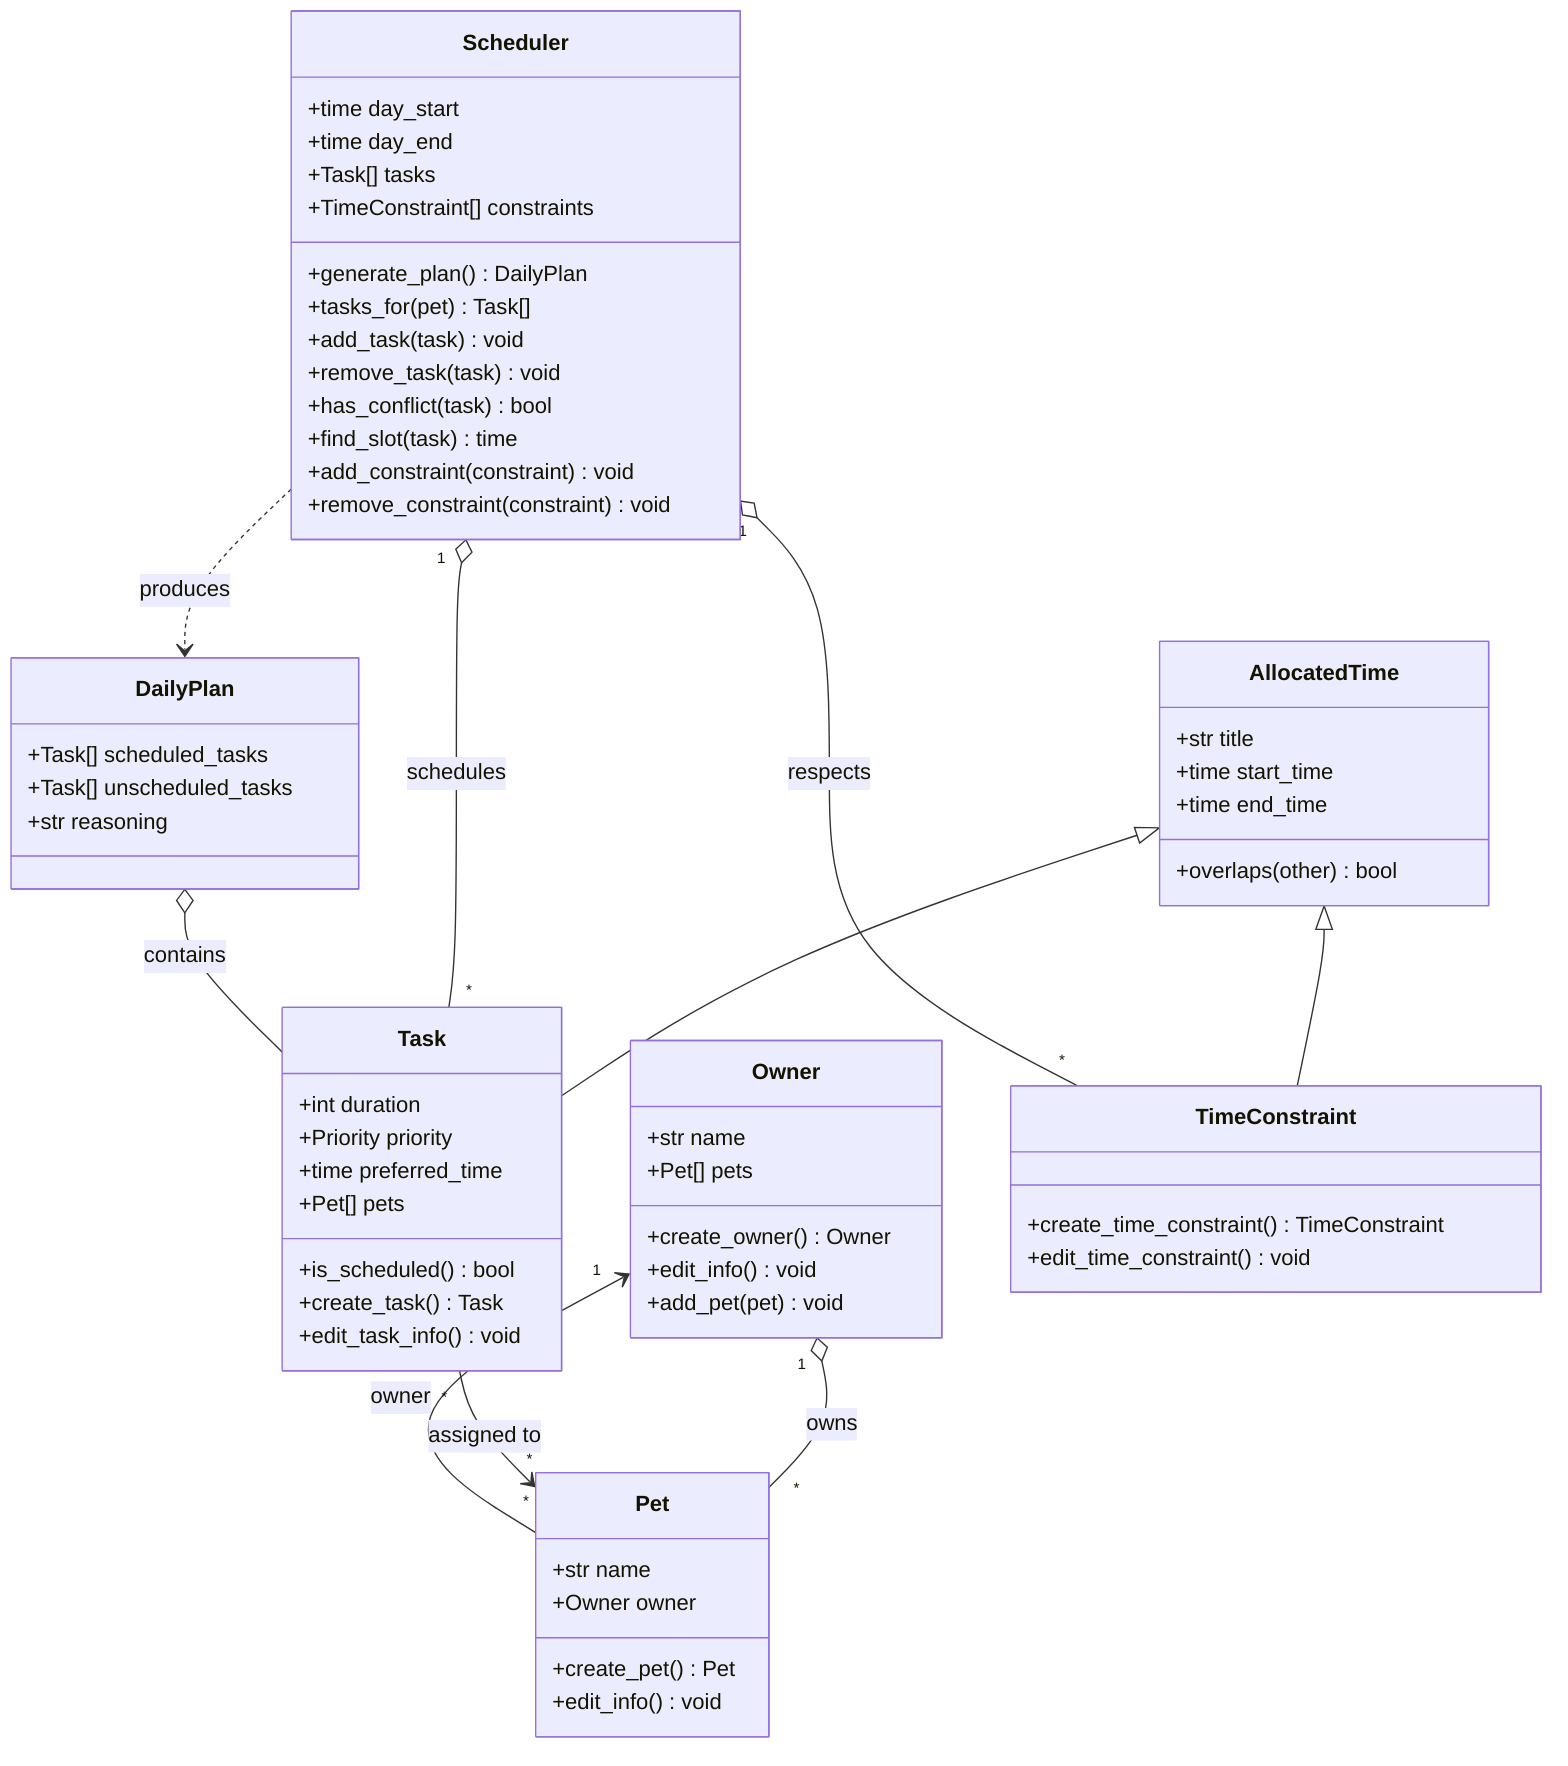
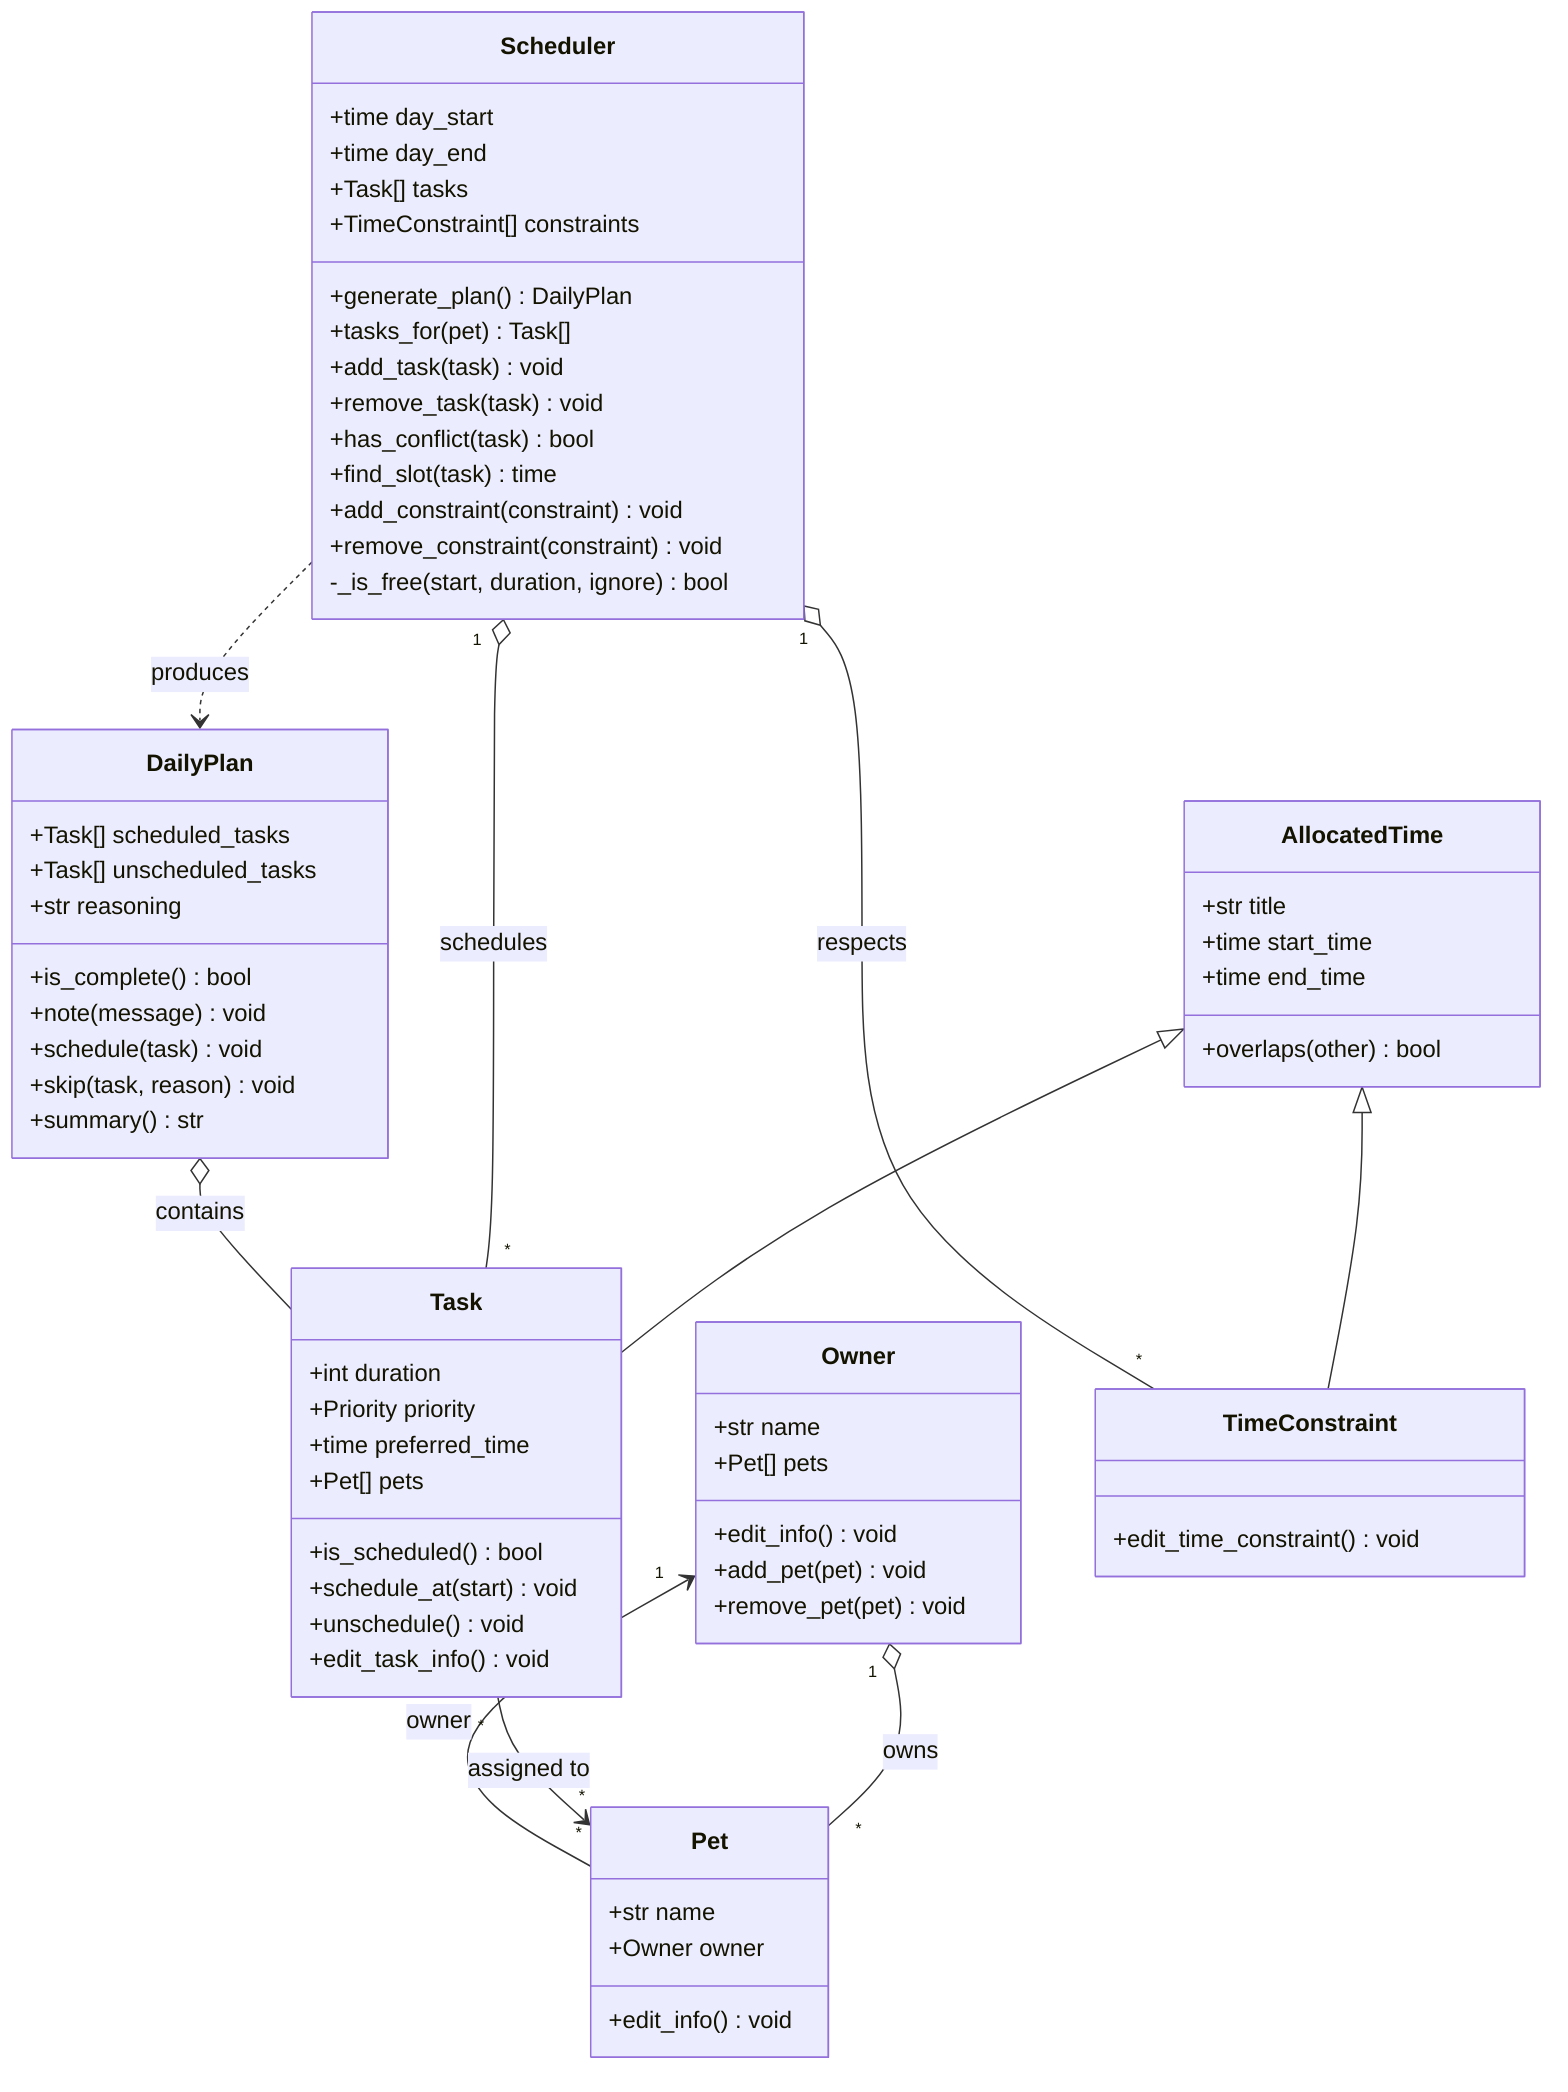
classDiagram
    %% PawPal+ class diagram — keep in sync with the implementation.

    class Owner {
        +str name
        +Pet[] pets
-         +create_owner() Owner
        +edit_info() void
        +add_pet(pet) void
+         +remove_pet(pet) void
    }

    class Pet {
        +str name
        +Owner owner
-         +create_pet() Pet
        +edit_info() void
    }

    class Scheduler {
        +time day_start
        +time day_end
        +Task[] tasks
        +TimeConstraint[] constraints
        +generate_plan() DailyPlan
        +tasks_for(pet) Task[]
        +add_task(task) void
        +remove_task(task) void
        +has_conflict(task) bool
        +find_slot(task) time
        +add_constraint(constraint) void
        +remove_constraint(constraint) void
+         -_is_free(start, duration, ignore) bool
    }

    class AllocatedTime {
        +str title
        +time start_time
        +time end_time
        +overlaps(other) bool
    }

    class Task {
        +int duration
        +Priority priority
        +time preferred_time
        +Pet[] pets
        +is_scheduled() bool
-         +create_task() Task
+         +schedule_at(start) void
+         +unschedule() void
        +edit_task_info() void
    }

    class TimeConstraint {
-         +create_time_constraint() TimeConstraint
        +edit_time_constraint() void
    }

    class DailyPlan {
        +Task[] scheduled_tasks
        +Task[] unscheduled_tasks
        +str reasoning
+         +is_complete() bool
+         +note(message) void
+         +schedule(task) void
+         +skip(task, reason) void
+         +summary() str
    }

    AllocatedTime <|-- Task
    AllocatedTime <|-- TimeConstraint

    Owner "1" o-- "*" Pet : owns
    Pet "*" --> "1" Owner : owner

    Scheduler "1" o-- "*" Task : schedules
    Scheduler "1" o-- "*" TimeConstraint : respects
    Task "*" --> "*" Pet : assigned to
    Scheduler ..> DailyPlan : produces
    DailyPlan o-- Task : contains
